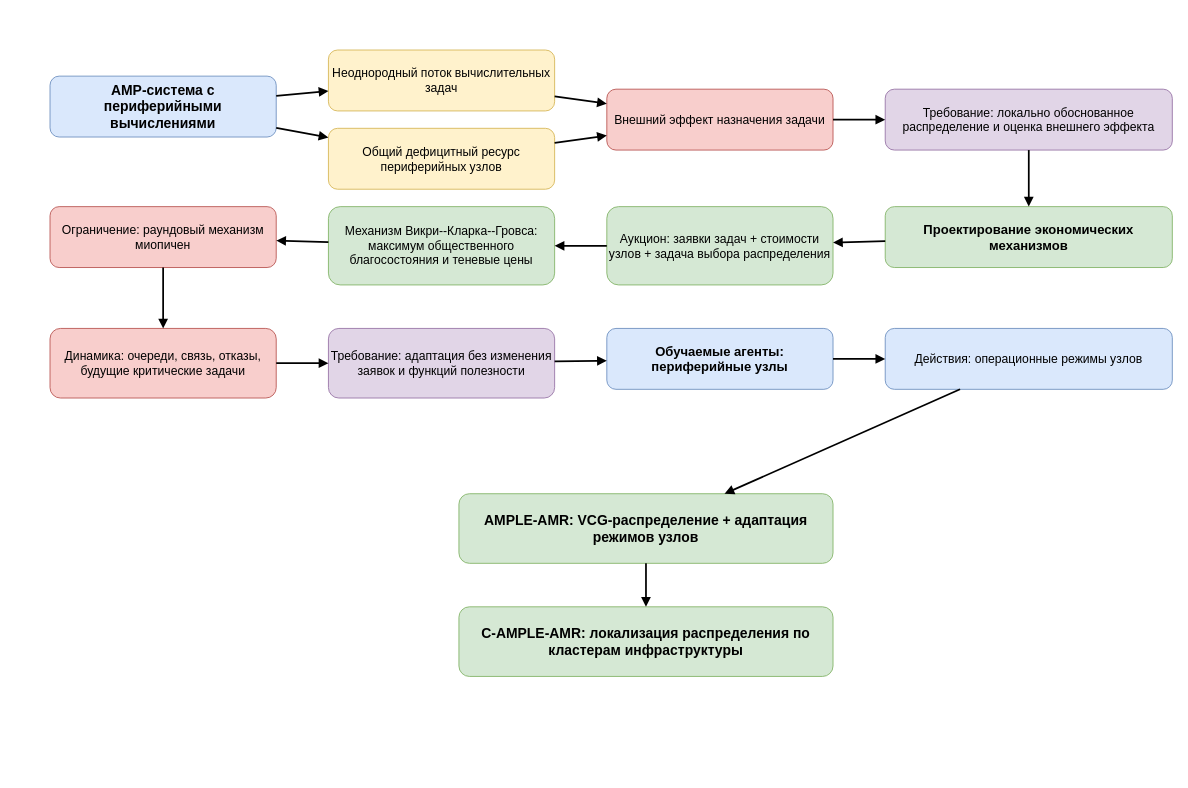
Earlier version of the draw.io diagram Dissertation/images/drawio/ch1_method_logic.drawio (Dima12101/SPbU-Phd-LaTeX-Dissertation). Source tidied: cells renumbered, new cells numbered last; positions are measured from the earlier drawing's top-left corner, leaving out a move shared by most shapes. Both pictures are drawn from the tidied source at 87%, with x=0, y=0 at pixel (50, 50).
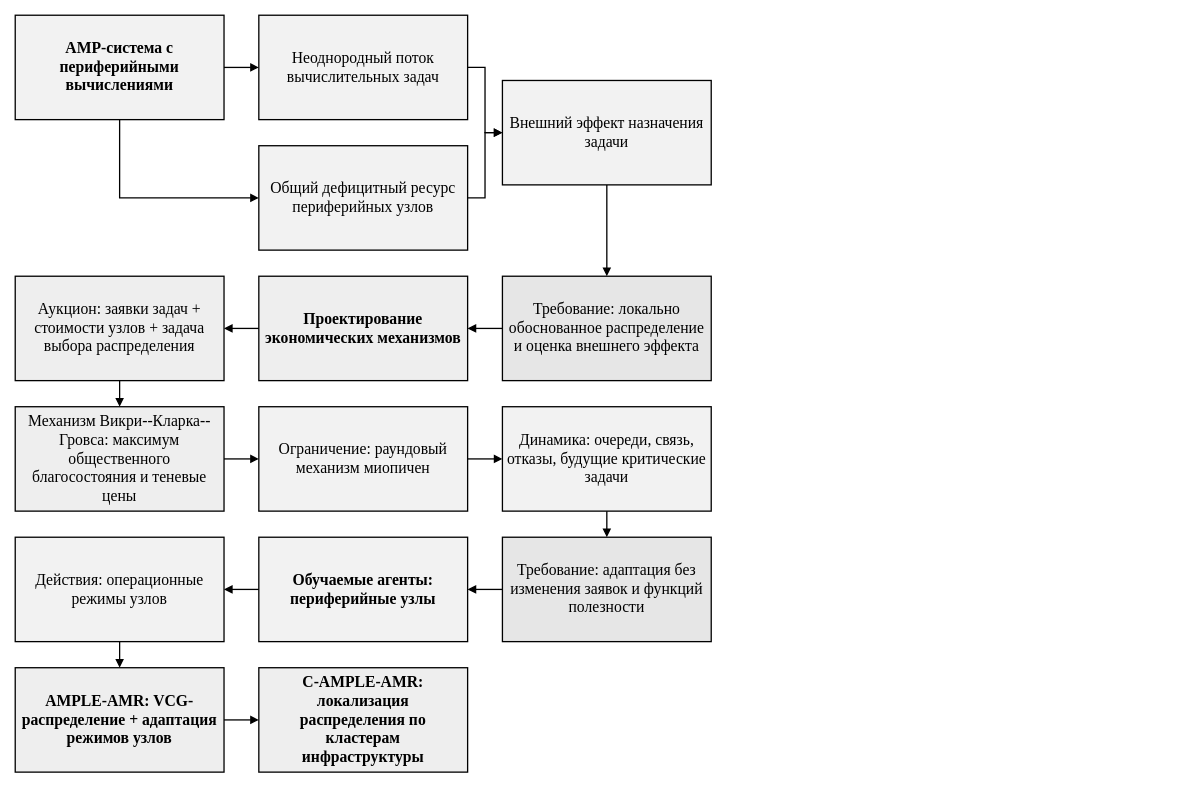
The same page after the edit.

Change to the diagram source:
```diff
@@
-<mxGraphModel>
+<mxGraphModel background="#ffffff">
@@
-    <mxCell id="2" value="АМР-система с периферийными вычислениями" style="rounded=1;whiteSpace=wrap;html=1;fillColor=#dae8fc;strokeColor=#6c8ebf;fontStyle=1;fontSize=16;" parent="1" vertex="1">
-      <mxGeometry y="30" width="260" height="70" as="geometry" />
+    <mxCell id="2" value="АМР-система с периферийными вычислениями" style="rounded=0;whiteSpace=wrap;html=1;fillColor=#f2f2f2;strokeColor=#000000;fontStyle=1;fontSize=18;fontColor=#000000;fontFamily=Times New Roman;shadow=0;gradientColor=none;glass=0;strokeWidth=1.5;spacing=6;" parent="1" vertex="1">
+      <mxGeometry x="-40" y="-40" width="240" height="120" as="geometry" />
     </mxCell>
-    <mxCell id="3" value="Неоднородный поток вычислительных задач" style="rounded=1;whiteSpace=wrap;html=1;fillColor=#fff2cc;strokeColor=#d6b656;fontSize=14;" parent="1" vertex="1">
-      <mxGeometry x="320" width="260" height="70" as="geometry" />
+    <mxCell id="3" value="Неоднородный поток вычислительных задач" style="rounded=0;whiteSpace=wrap;html=1;fillColor=#f2f2f2;strokeColor=#000000;fontSize=18;fontColor=#000000;fontFamily=Times New Roman;shadow=0;gradientColor=none;glass=0;strokeWidth=1.5;spacing=6;" parent="1" vertex="1">
+      <mxGeometry x="240" y="-40" width="240" height="120" as="geometry" />
     </mxCell>
-    <mxCell id="4" value="Общий дефицитный ресурс периферийных узлов" style="rounded=1;whiteSpace=wrap;html=1;fillColor=#fff2cc;strokeColor=#d6b656;fontSize=14;" parent="1" vertex="1">
-      <mxGeometry x="320" y="90" width="260" height="70" as="geometry" />
+    <mxCell id="4" value="Общий дефицитный ресурс периферийных узлов" style="rounded=0;whiteSpace=wrap;html=1;fillColor=#f2f2f2;strokeColor=#000000;fontSize=18;fontColor=#000000;fontFamily=Times New Roman;shadow=0;gradientColor=none;glass=0;strokeWidth=1.5;spacing=6;" parent="1" vertex="1">
+      <mxGeometry x="240" y="110" width="240" height="120" as="geometry" />
     </mxCell>
-    <mxCell id="5" value="Внешний эффект назначения задачи" style="rounded=1;whiteSpace=wrap;html=1;fillColor=#f8cecc;strokeColor=#b85450;fontSize=14;" parent="1" vertex="1">
-      <mxGeometry x="640" y="45" width="260" height="70" as="geometry" />
+    <mxCell id="5" value="Внешний эффект назначения задачи" style="rounded=0;whiteSpace=wrap;html=1;fillColor=#f2f2f2;strokeColor=#000000;fontSize=18;fontColor=#000000;fontFamily=Times New Roman;shadow=0;gradientColor=none;glass=0;strokeWidth=1.5;spacing=6;" parent="1" vertex="1">
+      <mxGeometry x="520" y="35" width="240" height="120" as="geometry" />
     </mxCell>
-    <mxCell id="6" value="Требование: локально обоснованное распределение и оценка внешнего эффекта" style="rounded=1;whiteSpace=wrap;html=1;fillColor=#e1d5e7;strokeColor=#9673a6;fontSize=14;" parent="1" vertex="1">
-      <mxGeometry x="960" y="45" width="330" height="70" as="geometry" />
+    <mxCell id="6" value="Требование: локально обоснованное распределение и оценка внешнего эффекта" style="rounded=0;whiteSpace=wrap;html=1;fillColor=#e6e6e6;strokeColor=#000000;fontSize=18;fontColor=#000000;fontFamily=Times New Roman;shadow=0;gradientColor=none;glass=0;strokeWidth=1.5;spacing=6;" parent="1" vertex="1">
+      <mxGeometry x="520" y="260" width="240" height="120" as="geometry" />
     </mxCell>
-    <mxCell id="7" value="Проектирование экономических механизмов" style="rounded=1;whiteSpace=wrap;html=1;fillColor=#d5e8d4;strokeColor=#82b366;fontStyle=1;fontSize=15;" parent="1" vertex="1">
-      <mxGeometry x="960" y="180" width="330" height="70" as="geometry" />
+    <mxCell id="7" value="Проектирование экономических механизмов" style="rounded=0;whiteSpace=wrap;html=1;fillColor=#eeeeee;strokeColor=#000000;fontStyle=1;fontSize=18;fontColor=#000000;fontFamily=Times New Roman;shadow=0;gradientColor=none;glass=0;strokeWidth=1.5;spacing=6;" parent="1" vertex="1">
+      <mxGeometry x="240" y="260" width="240" height="120" as="geometry" />
     </mxCell>
-    <mxCell id="8" value="Аукцион: заявки задач + стоимости узлов + задача выбора распределения" style="rounded=1;whiteSpace=wrap;html=1;fillColor=#d5e8d4;strokeColor=#82b366;fontSize=14;" parent="1" vertex="1">
-      <mxGeometry x="640" y="180" width="260" height="90" as="geometry" />
+    <mxCell id="8" value="Аукцион: заявки задач + стоимости узлов + задача выбора распределения" style="rounded=0;whiteSpace=wrap;html=1;fillColor=#eeeeee;strokeColor=#000000;fontSize=18;fontColor=#000000;fontFamily=Times New Roman;shadow=0;gradientColor=none;glass=0;strokeWidth=1.5;spacing=6;" parent="1" vertex="1">
+      <mxGeometry x="-40" y="260" width="240" height="120" as="geometry" />
     </mxCell>
-    <mxCell id="9" value="Механизм Викри--Кларка--Гровса: максимум общественного благосостояния и теневые цены" style="rounded=1;whiteSpace=wrap;html=1;fillColor=#d5e8d4;strokeColor=#82b366;fontSize=14;" parent="1" vertex="1">
-      <mxGeometry x="320" y="180" width="260" height="90" as="geometry" />
+    <mxCell id="9" value="Механизм Викри--Кларка--Гровса: максимум общественного благосостояния и теневые цены" style="rounded=0;whiteSpace=wrap;html=1;fillColor=#eeeeee;strokeColor=#000000;fontSize=18;fontColor=#000000;fontFamily=Times New Roman;shadow=0;gradientColor=none;glass=0;strokeWidth=1.5;spacing=6;" parent="1" vertex="1">
+      <mxGeometry x="-40" y="410" width="240" height="120" as="geometry" />
     </mxCell>
-    <mxCell id="10" value="Ограничение: раундовый механизм миопичен" style="rounded=1;whiteSpace=wrap;html=1;fillColor=#f8cecc;strokeColor=#b85450;fontSize=14;" parent="1" vertex="1">
-      <mxGeometry y="180" width="260" height="70" as="geometry" />
+    <mxCell id="10" value="Ограничение: раундовый механизм миопичен" style="rounded=0;whiteSpace=wrap;html=1;fillColor=#f2f2f2;strokeColor=#000000;fontSize=18;fontColor=#000000;fontFamily=Times New Roman;shadow=0;gradientColor=none;glass=0;strokeWidth=1.5;spacing=6;" parent="1" vertex="1">
+      <mxGeometry x="240" y="410" width="240" height="120" as="geometry" />
     </mxCell>
-    <mxCell id="11" value="Динамика: очереди, связь, отказы, будущие критические задачи" style="rounded=1;whiteSpace=wrap;html=1;fillColor=#f8cecc;strokeColor=#b85450;fontSize=14;" parent="1" vertex="1">
-      <mxGeometry y="320" width="260" height="80" as="geometry" />
+    <mxCell id="11" value="Динамика: очереди, связь, отказы, будущие критические задачи" style="rounded=0;whiteSpace=wrap;html=1;fillColor=#f2f2f2;strokeColor=#000000;fontSize=18;fontColor=#000000;fontFamily=Times New Roman;shadow=0;gradientColor=none;glass=0;strokeWidth=1.5;spacing=6;" parent="1" vertex="1">
+      <mxGeometry x="520" y="410" width="240" height="120" as="geometry" />
     </mxCell>
-    <mxCell id="12" value="Требование: адаптация без изменения заявок и функций полезности" style="rounded=1;whiteSpace=wrap;html=1;fillColor=#e1d5e7;strokeColor=#9673a6;fontSize=14;" parent="1" vertex="1">
-      <mxGeometry x="320" y="320" width="260" height="80" as="geometry" />
+    <mxCell id="12" value="Требование: адаптация без изменения заявок и функций полезности" style="rounded=0;whiteSpace=wrap;html=1;fillColor=#e6e6e6;strokeColor=#000000;fontSize=18;fontColor=#000000;fontFamily=Times New Roman;shadow=0;gradientColor=none;glass=0;strokeWidth=1.5;spacing=6;" parent="1" vertex="1">
+      <mxGeometry x="520" y="560" width="240" height="120" as="geometry" />
     </mxCell>
-    <mxCell id="13" value="Обучаемые агенты: периферийные узлы" style="rounded=1;whiteSpace=wrap;html=1;fillColor=#dae8fc;strokeColor=#6c8ebf;fontStyle=1;fontSize=15;" parent="1" vertex="1">
-      <mxGeometry x="640" y="320" width="260" height="70" as="geometry" />
+    <mxCell id="13" value="Обучаемые агенты: периферийные узлы" style="rounded=0;whiteSpace=wrap;html=1;fillColor=#f2f2f2;strokeColor=#000000;fontStyle=1;fontSize=18;fontColor=#000000;fontFamily=Times New Roman;shadow=0;gradientColor=none;glass=0;strokeWidth=1.5;spacing=6;" parent="1" vertex="1">
+      <mxGeometry x="240" y="560" width="240" height="120" as="geometry" />
     </mxCell>
-    <mxCell id="14" value="Действия: операционные режимы узлов" style="rounded=1;whiteSpace=wrap;html=1;fillColor=#dae8fc;strokeColor=#6c8ebf;fontSize=14;" parent="1" vertex="1">
-      <mxGeometry x="960" y="320" width="330" height="70" as="geometry" />
+    <mxCell id="14" value="Действия: операционные режимы узлов" style="rounded=0;whiteSpace=wrap;html=1;fillColor=#f2f2f2;strokeColor=#000000;fontSize=18;fontColor=#000000;fontFamily=Times New Roman;shadow=0;gradientColor=none;glass=0;strokeWidth=1.5;spacing=6;" parent="1" vertex="1">
+      <mxGeometry x="-40" y="560" width="240" height="120" as="geometry" />
     </mxCell>
-    <mxCell id="15" value="AMPLE-AMR: VCG-распределение + адаптация режимов узлов" style="rounded=1;whiteSpace=wrap;html=1;fillColor=#d5e8d4;strokeColor=#82b366;fontStyle=1;fontSize=16;" parent="1" vertex="1">
-      <mxGeometry x="470" y="510" width="430" height="80" as="geometry" />
+    <mxCell id="15" value="AMPLE-AMR: VCG-распределение + адаптация режимов узлов" style="rounded=0;whiteSpace=wrap;html=1;fillColor=#eeeeee;strokeColor=#000000;fontStyle=1;fontSize=18;fontColor=#000000;fontFamily=Times New Roman;shadow=0;gradientColor=none;glass=0;strokeWidth=1.5;spacing=6;" parent="1" vertex="1">
+      <mxGeometry x="-40" y="710" width="240" height="120" as="geometry" />
     </mxCell>
-    <mxCell id="16" value="C-AMPLE-AMR: локализация распределения по кластерам инфраструктуры" style="rounded=1;whiteSpace=wrap;html=1;fillColor=#d5e8d4;strokeColor=#82b366;fontStyle=1;fontSize=16;" parent="1" vertex="1">
-      <mxGeometry x="470" y="640" width="430" height="80" as="geometry" />
+    <mxCell id="16" value="C-AMPLE-AMR: локализация распределения по кластерам инфраструктуры" style="rounded=0;whiteSpace=wrap;html=1;fillColor=#eeeeee;strokeColor=#000000;fontStyle=1;fontSize=18;fontColor=#000000;fontFamily=Times New Roman;shadow=0;gradientColor=none;glass=0;strokeWidth=1.5;spacing=6;" parent="1" vertex="1">
+      <mxGeometry x="240" y="710" width="240" height="120" as="geometry" />
     </mxCell>
-    <mxCell id="17" style="endArrow=block;html=1;rounded=0;strokeWidth=2;" parent="1" edge="1" source="2" target="3">
+    <mxCell id="17" style="endArrow=block;html=1;rounded=0;strokeWidth=1.5;strokeColor=#000000;fontColor=#000000;fontFamily=Times New Roman;fontSize=16;labelBackgroundColor=#ffffff;shadow=0;edgeStyle=orthogonalEdgeStyle;jettySize=20;endFill=1;startArrow=none;exitX=1;exitY=0.5;entryX=0;entryY=0.5;" parent="1" edge="1" source="2" target="3">
       <mxGeometry relative="1" as="geometry" />
     </mxCell>
-    <mxCell id="18" style="endArrow=block;html=1;rounded=0;strokeWidth=2;" parent="1" edge="1" source="2" target="4">
-      <mxGeometry relative="1" as="geometry" />
+    <mxCell id="18" style="endArrow=block;html=1;rounded=0;strokeWidth=1.5;strokeColor=#000000;fontColor=#000000;fontFamily=Times New Roman;fontSize=16;labelBackgroundColor=#ffffff;shadow=0;edgeStyle=orthogonalEdgeStyle;jettySize=20;endFill=1;startArrow=none;exitX=0.5;exitY=1;entryX=0;entryY=0.5;" parent="1" edge="1" source="2" target="4">
+      <mxGeometry relative="1" as="geometry">
+        <Array as="points">
+          <mxPoint x="80" y="170" />
+        </Array>
+      </mxGeometry>
     </mxCell>
-    <mxCell id="19" style="endArrow=block;html=1;rounded=0;strokeWidth=2;" parent="1" edge="1" source="3" target="5">
+    <mxCell id="19" style="endArrow=block;html=1;rounded=0;strokeWidth=1.5;strokeColor=#000000;fontColor=#000000;fontFamily=Times New Roman;fontSize=16;labelBackgroundColor=#ffffff;shadow=0;edgeStyle=orthogonalEdgeStyle;jettySize=20;endFill=1;startArrow=none;exitX=1;exitY=0.5;entryX=0;entryY=0.5;" parent="1" edge="1" source="3" target="5">
       <mxGeometry relative="1" as="geometry" />
     </mxCell>
-    <mxCell id="20" style="endArrow=block;html=1;rounded=0;strokeWidth=2;" parent="1" edge="1" source="4" target="5">
+    <mxCell id="20" style="endArrow=block;html=1;rounded=0;strokeWidth=1.5;strokeColor=#000000;fontColor=#000000;fontFamily=Times New Roman;fontSize=16;labelBackgroundColor=#ffffff;shadow=0;edgeStyle=orthogonalEdgeStyle;jettySize=20;endFill=1;startArrow=none;exitX=1;exitY=0.5;entryX=0;entryY=0.5;" parent="1" edge="1" source="4" target="5">
       <mxGeometry relative="1" as="geometry" />
     </mxCell>
-    <mxCell id="21" style="endArrow=block;html=1;rounded=0;strokeWidth=2;" parent="1" edge="1" source="5" target="6">
+    <mxCell id="21" style="endArrow=block;html=1;rounded=0;strokeWidth=1.5;strokeColor=#000000;fontColor=#000000;fontFamily=Times New Roman;fontSize=16;labelBackgroundColor=#ffffff;shadow=0;edgeStyle=orthogonalEdgeStyle;jettySize=20;endFill=1;startArrow=none;exitX=0.5;exitY=1;entryX=0.5;entryY=0;" parent="1" edge="1" source="5" target="6">
       <mxGeometry relative="1" as="geometry" />
     </mxCell>
-    <mxCell id="22" style="endArrow=block;html=1;rounded=0;strokeWidth=2;" parent="1" edge="1" source="6" target="7">
+    <mxCell id="22" style="endArrow=block;html=1;rounded=0;strokeWidth=1.5;strokeColor=#000000;fontColor=#000000;fontFamily=Times New Roman;fontSize=16;labelBackgroundColor=#ffffff;shadow=0;edgeStyle=orthogonalEdgeStyle;jettySize=20;endFill=1;startArrow=none;exitX=0;exitY=0.5;entryX=1;entryY=0.5;" parent="1" edge="1" source="6" target="7">
       <mxGeometry relative="1" as="geometry" />
     </mxCell>
-    <mxCell id="23" style="endArrow=block;html=1;rounded=0;strokeWidth=2;" parent="1" edge="1" source="7" target="8">
+    <mxCell id="23" style="endArrow=block;html=1;rounded=0;strokeWidth=1.5;strokeColor=#000000;fontColor=#000000;fontFamily=Times New Roman;fontSize=16;labelBackgroundColor=#ffffff;shadow=0;edgeStyle=orthogonalEdgeStyle;jettySize=20;endFill=1;startArrow=none;exitX=0;exitY=0.5;entryX=1;entryY=0.5;" parent="1" edge="1" source="7" target="8">
       <mxGeometry relative="1" as="geometry" />
     </mxCell>
-    <mxCell id="24" style="endArrow=block;html=1;rounded=0;strokeWidth=2;" parent="1" edge="1" source="8" target="9">
+    <mxCell id="24" style="endArrow=block;html=1;rounded=0;strokeWidth=1.5;strokeColor=#000000;fontColor=#000000;fontFamily=Times New Roman;fontSize=16;labelBackgroundColor=#ffffff;shadow=0;edgeStyle=orthogonalEdgeStyle;jettySize=20;endFill=1;startArrow=none;exitX=0.5;exitY=1;entryX=0.5;entryY=0;" parent="1" edge="1" source="8" target="9">
       <mxGeometry relative="1" as="geometry" />
     </mxCell>
-    <mxCell id="25" style="endArrow=block;html=1;rounded=0;strokeWidth=2;" parent="1" edge="1" source="9" target="10">
+    <mxCell id="25" style="endArrow=block;html=1;rounded=0;strokeWidth=1.5;strokeColor=#000000;fontColor=#000000;fontFamily=Times New Roman;fontSize=16;labelBackgroundColor=#ffffff;shadow=0;edgeStyle=orthogonalEdgeStyle;jettySize=20;endFill=1;startArrow=none;exitX=1;exitY=0.5;entryX=0;entryY=0.5;" parent="1" edge="1" source="9" target="10">
       <mxGeometry relative="1" as="geometry" />
     </mxCell>
-    <mxCell id="26" style="endArrow=block;html=1;rounded=0;strokeWidth=2;" parent="1" edge="1" source="10" target="11">
+    <mxCell id="26" style="endArrow=block;html=1;rounded=0;strokeWidth=1.5;strokeColor=#000000;fontColor=#000000;fontFamily=Times New Roman;fontSize=16;labelBackgroundColor=#ffffff;shadow=0;edgeStyle=orthogonalEdgeStyle;jettySize=20;endFill=1;startArrow=none;exitX=1;exitY=0.5;entryX=0;entryY=0.5;" parent="1" edge="1" source="10" target="11">
       <mxGeometry relative="1" as="geometry" />
     </mxCell>
-    <mxCell id="27" style="endArrow=block;html=1;rounded=0;strokeWidth=2;" parent="1" edge="1" source="11" target="12">
+    <mxCell id="27" style="endArrow=block;html=1;rounded=0;strokeWidth=1.5;strokeColor=#000000;fontColor=#000000;fontFamily=Times New Roman;fontSize=16;labelBackgroundColor=#ffffff;shadow=0;edgeStyle=orthogonalEdgeStyle;jettySize=20;endFill=1;startArrow=none;exitX=0.5;exitY=1;entryX=0.5;entryY=0;" parent="1" edge="1" source="11" target="12">
       <mxGeometry relative="1" as="geometry" />
     </mxCell>
-    <mxCell id="28" style="endArrow=block;html=1;rounded=0;strokeWidth=2;" parent="1" edge="1" source="12" target="13">
+    <mxCell id="28" style="endArrow=block;html=1;rounded=0;strokeWidth=1.5;strokeColor=#000000;fontColor=#000000;fontFamily=Times New Roman;fontSize=16;labelBackgroundColor=#ffffff;shadow=0;edgeStyle=orthogonalEdgeStyle;jettySize=20;endFill=1;startArrow=none;exitX=0;exitY=0.5;entryX=1;entryY=0.5;" parent="1" edge="1" source="12" target="13">
       <mxGeometry relative="1" as="geometry" />
     </mxCell>
-    <mxCell id="29" style="endArrow=block;html=1;rounded=0;strokeWidth=2;" parent="1" edge="1" source="13" target="14">
+    <mxCell id="29" style="endArrow=block;html=1;rounded=0;strokeWidth=1.5;strokeColor=#000000;fontColor=#000000;fontFamily=Times New Roman;fontSize=16;labelBackgroundColor=#ffffff;shadow=0;edgeStyle=orthogonalEdgeStyle;jettySize=20;endFill=1;startArrow=none;exitX=0;exitY=0.5;entryX=1;entryY=0.5;" parent="1" edge="1" source="13" target="14">
       <mxGeometry relative="1" as="geometry" />
     </mxCell>
-    <mxCell id="30" style="endArrow=block;html=1;rounded=0;strokeWidth=2;" parent="1" edge="1" source="14" target="15">
+    <mxCell id="30" style="endArrow=block;html=1;rounded=0;strokeWidth=1.5;strokeColor=#000000;fontColor=#000000;fontFamily=Times New Roman;fontSize=16;labelBackgroundColor=#ffffff;shadow=0;edgeStyle=orthogonalEdgeStyle;jettySize=20;endFill=1;startArrow=none;exitX=0.5;exitY=1;entryX=0.5;entryY=0;" parent="1" edge="1" source="14" target="15">
       <mxGeometry relative="1" as="geometry" />
     </mxCell>
-    <mxCell id="31" style="endArrow=block;html=1;rounded=0;strokeWidth=2;" parent="1" edge="1" source="15" target="16">
+    <mxCell id="31" style="endArrow=block;html=1;rounded=0;strokeWidth=1.5;strokeColor=#000000;fontColor=#000000;fontFamily=Times New Roman;fontSize=16;labelBackgroundColor=#ffffff;shadow=0;edgeStyle=orthogonalEdgeStyle;jettySize=20;endFill=1;startArrow=none;exitX=1;exitY=0.5;entryX=0;entryY=0.5;" parent="1" edge="1" source="15" target="16">
       <mxGeometry relative="1" as="geometry" />
     </mxCell>
```
